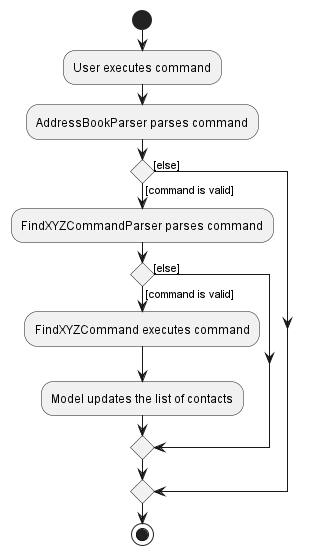
Above: docs/images/FindActivityDiagram.png in nus-cs2103-AY2223S1/tp (PlantUML), before the change.
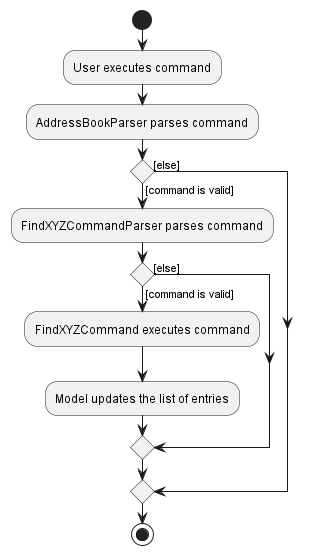
After the commit.

The edit, as a diff of the source:
```diff
@@ -9,7 +9,7 @@
     :FindXYZCommandParser parses command;
     if () then ([command is valid])
         :FindXYZCommand executes command;
-        :Model updates the list of contacts;
+        :Model updates the list of entries;
     else ([else])
     endif
 else ([else])
```
